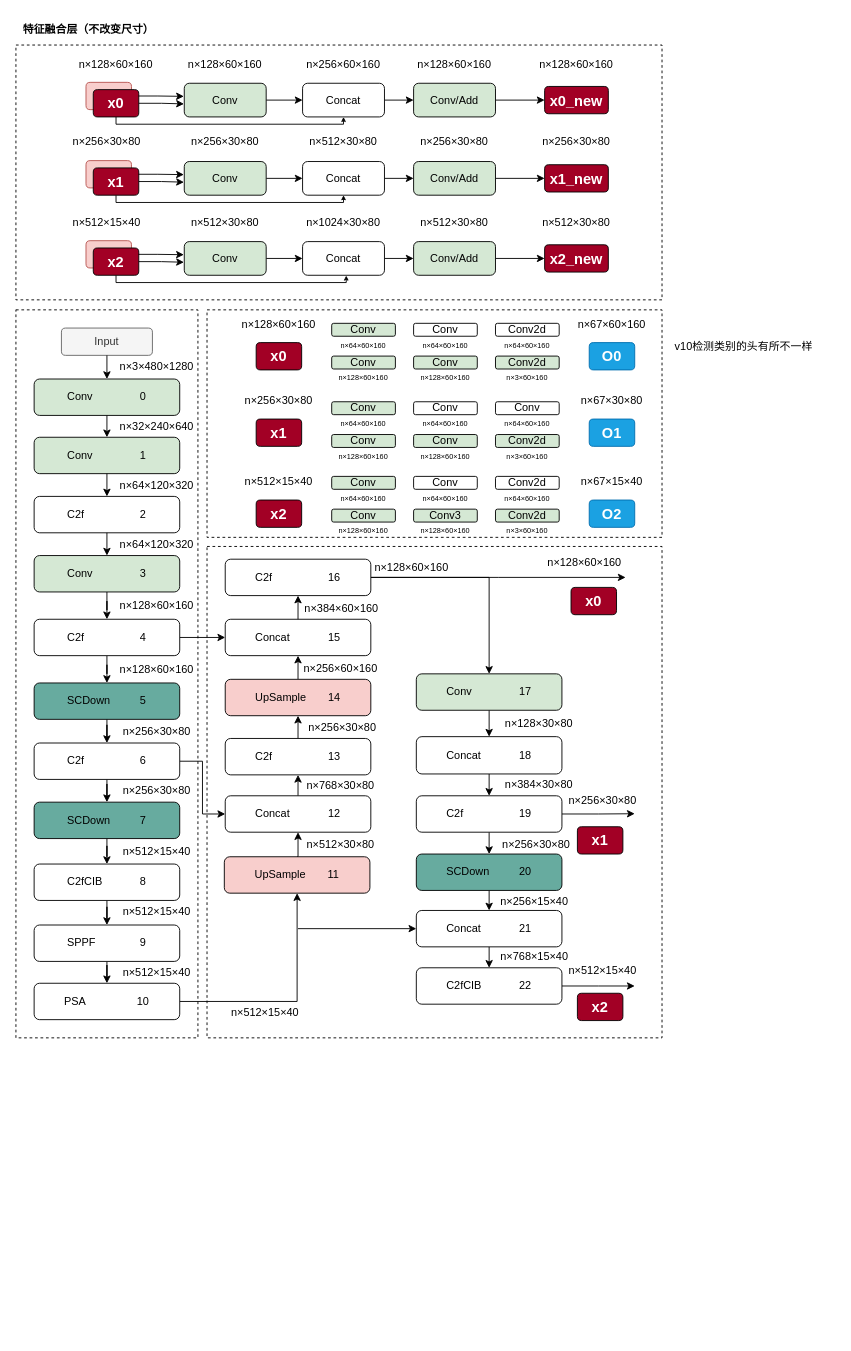
The draw.io diagram 未命名绘图.drawio in limpid-11/drawio, before the edit. Source tidied: cells renumbered, new cells numbered last; positions are measured from the earlier drawing's top-left corner, leaving out a move shared by most shapes. Both pictures are drawn from the tidied source at 91%, with x=0, y=0 at pixel (15, 15).
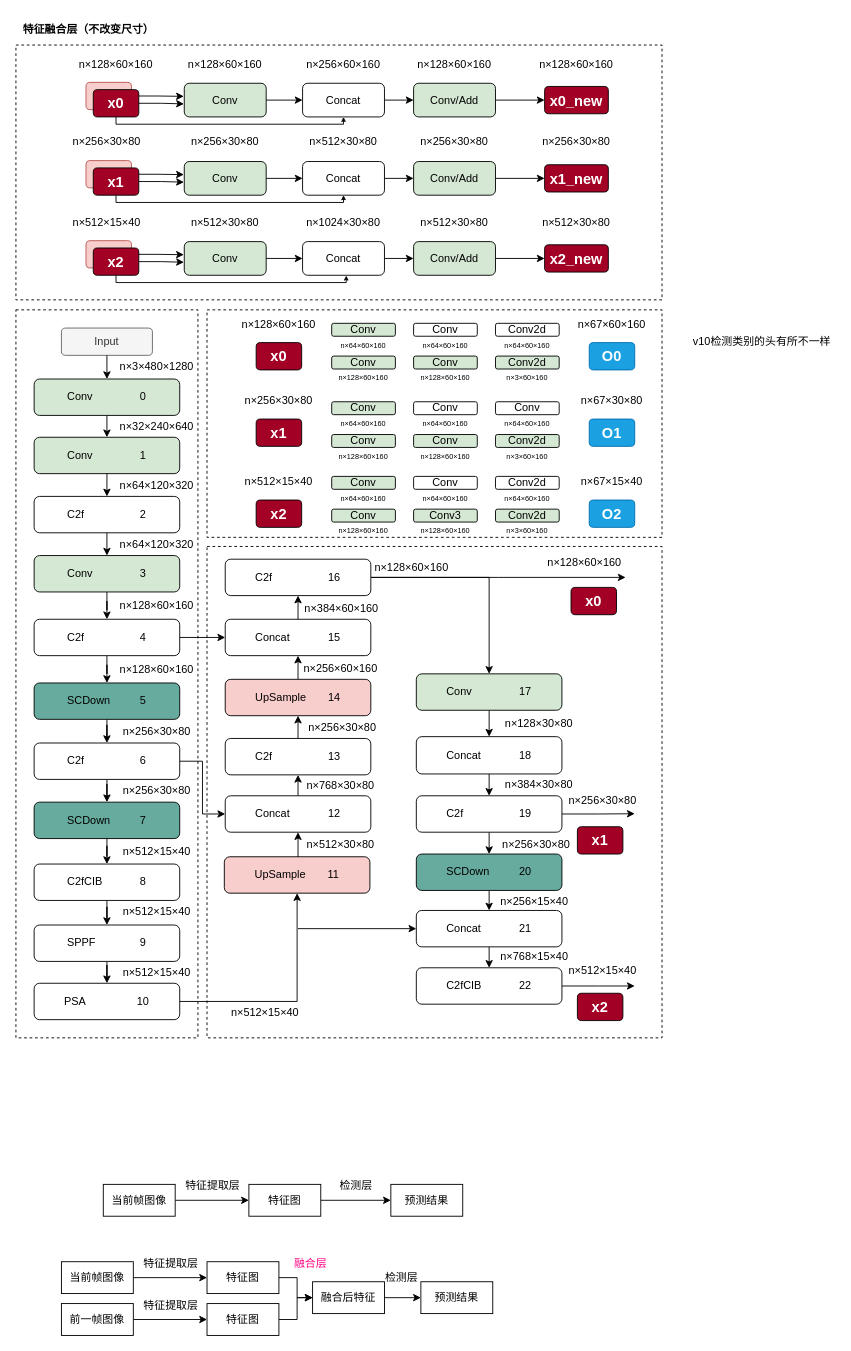
Above is the later version.

Commit message:
更新未命名绘图.drawio

Change to the diagram source:
```diff
@@
     <mxCell id="188" value="v10检测类别的头有所不一样" style="text;html=1;align=center;verticalAlign=middle;whiteSpace=wrap;rounded=0;" parent="1" vertex="1">
-      <mxGeometry x="720" y="349" width="160" height="30" as="geometry" />
+      <mxGeometry x="740" y="343" width="160" height="30" as="geometry" />
     </mxCell>
+    <mxCell id="189" style="edgeStyle=orthogonalEdgeStyle;rounded=0;jettySize=auto;html=1;" parent="1" edge="1" source="190" target="192">
+      <mxGeometry relative="1" as="geometry" />
+    </mxCell>
+    <mxCell id="190" value="当前帧图像" style="rounded=0;whiteSpace=wrap;html=1;" parent="1" vertex="1">
+      <mxGeometry x="96" y="1284" width="79" height="35" as="geometry" />
+    </mxCell>
+    <mxCell id="191" style="edgeStyle=orthogonalEdgeStyle;rounded=0;jettySize=auto;html=1;" parent="1" edge="1" source="192" target="193">
+      <mxGeometry relative="1" as="geometry" />
+    </mxCell>
+    <mxCell id="192" value="特征图" style="rounded=0;whiteSpace=wrap;html=1;" parent="1" vertex="1">
+      <mxGeometry x="256" y="1284" width="79" height="35" as="geometry" />
+    </mxCell>
+    <mxCell id="193" value="预测结果" style="rounded=0;whiteSpace=wrap;html=1;" parent="1" vertex="1">
+      <mxGeometry x="412" y="1284" width="79" height="35" as="geometry" />
+    </mxCell>
+    <mxCell id="194" value="特征提取层" style="text;html=1;align=center;verticalAlign=middle;whiteSpace=wrap;rounded=0;" parent="1" vertex="1">
+      <mxGeometry x="175" y="1271" width="83" height="30" as="geometry" />
+    </mxCell>
+    <mxCell id="195" value="检测层" style="text;html=1;align=center;verticalAlign=middle;whiteSpace=wrap;rounded=0;" parent="1" vertex="1">
+      <mxGeometry x="344" y="1271" width="60" height="30" as="geometry" />
+    </mxCell>
+    <mxCell id="196" style="edgeStyle=orthogonalEdgeStyle;rounded=0;jettySize=auto;html=1;" parent="1" edge="1" source="197" target="199">
+      <mxGeometry relative="1" as="geometry" />
+    </mxCell>
+    <mxCell id="197" value="当前帧图像" style="rounded=0;whiteSpace=wrap;html=1;" parent="1" vertex="1">
+      <mxGeometry x="50" y="1369" width="79" height="35" as="geometry" />
+    </mxCell>
+    <mxCell id="198" style="edgeStyle=orthogonalEdgeStyle;rounded=0;jettySize=auto;html=1;exitX=1;exitY=0.5;exitDx=0;exitDy=0;entryX=0;entryY=0.5;entryDx=0;entryDy=0;" parent="1" edge="1" source="199" target="209">
+      <mxGeometry relative="1" as="geometry" />
+    </mxCell>
+    <mxCell id="199" value="特征图" style="rounded=0;whiteSpace=wrap;html=1;" parent="1" vertex="1">
+      <mxGeometry x="210" y="1369" width="79" height="35" as="geometry" />
+    </mxCell>
+    <mxCell id="200" value="预测结果" style="rounded=0;whiteSpace=wrap;html=1;" parent="1" vertex="1">
+      <mxGeometry x="445" y="1391" width="79" height="35" as="geometry" />
+    </mxCell>
+    <mxCell id="201" value="特征提取层" style="text;html=1;align=center;verticalAlign=middle;whiteSpace=wrap;rounded=0;" parent="1" vertex="1">
+      <mxGeometry x="129" y="1356" width="83" height="30" as="geometry" />
+    </mxCell>
+    <mxCell id="202" value="检测层" style="text;html=1;align=center;verticalAlign=middle;whiteSpace=wrap;rounded=0;" parent="1" vertex="1">
+      <mxGeometry x="394" y="1372" width="60" height="30" as="geometry" />
+    </mxCell>
+    <mxCell id="203" style="edgeStyle=orthogonalEdgeStyle;rounded=0;jettySize=auto;html=1;" parent="1" edge="1" source="204" target="206">
+      <mxGeometry relative="1" as="geometry" />
+    </mxCell>
+    <mxCell id="204" value="前一帧图像" style="rounded=0;whiteSpace=wrap;html=1;" parent="1" vertex="1">
+      <mxGeometry x="50" y="1415" width="79" height="35" as="geometry" />
+    </mxCell>
+    <mxCell id="205" style="edgeStyle=orthogonalEdgeStyle;rounded=0;jettySize=auto;html=1;exitX=1;exitY=0.5;exitDx=0;exitDy=0;entryX=0;entryY=0.5;entryDx=0;entryDy=0;" parent="1" edge="1" source="206" target="209">
+      <mxGeometry relative="1" as="geometry" />
+    </mxCell>
+    <mxCell id="206" value="特征图" style="rounded=0;whiteSpace=wrap;html=1;" parent="1" vertex="1">
+      <mxGeometry x="210" y="1415" width="79" height="35" as="geometry" />
+    </mxCell>
+    <mxCell id="207" value="特征提取层" style="text;html=1;align=center;verticalAlign=middle;whiteSpace=wrap;rounded=0;" parent="1" vertex="1">
+      <mxGeometry x="129" y="1402" width="83" height="30" as="geometry" />
+    </mxCell>
+    <mxCell id="208" style="edgeStyle=orthogonalEdgeStyle;rounded=0;jettySize=auto;html=1;exitX=1;exitY=0.5;exitDx=0;exitDy=0;entryX=0;entryY=0.5;entryDx=0;entryDy=0;" parent="1" edge="1" source="209" target="200">
+      <mxGeometry relative="1" as="geometry" />
+    </mxCell>
+    <mxCell id="209" value="融合后特征" style="rounded=0;whiteSpace=wrap;html=1;" parent="1" vertex="1">
+      <mxGeometry x="326" y="1391" width="79" height="35" as="geometry" />
+    </mxCell>
+    <mxCell id="210" value="融合层" style="text;html=1;align=center;verticalAlign=middle;whiteSpace=wrap;rounded=0;fontColor=#FF0080;" parent="1" vertex="1">
+      <mxGeometry x="294" y="1356" width="60" height="30" as="geometry" />
+    </mxCell>
```
